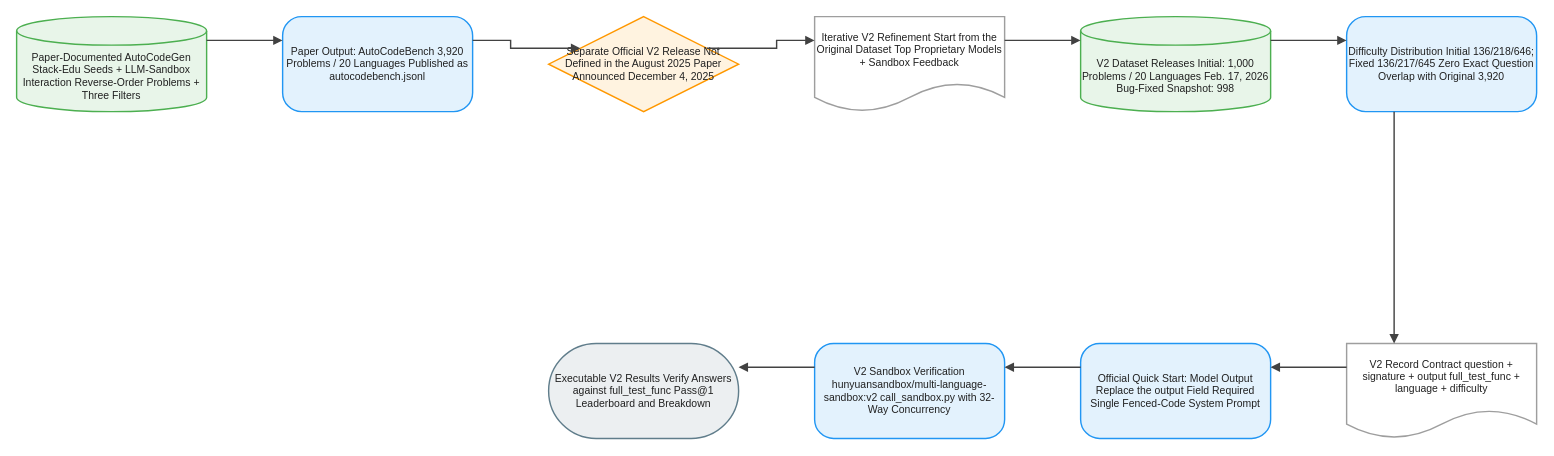
This is client/public/drawio/AutoCodeBench-V2/AutoCodeBench-V2.en.drawio from joe1chief/benchmark-hub, a draw.io file, before an edit. Source tidied: cells renumbered, new cells numbered last; positions are measured from the earlier drawing's top-left corner, leaving out a move shared by most shapes. Both pictures are drawn from the tidied source at 95%, with x=0, y=0 at pixel (16, 16).
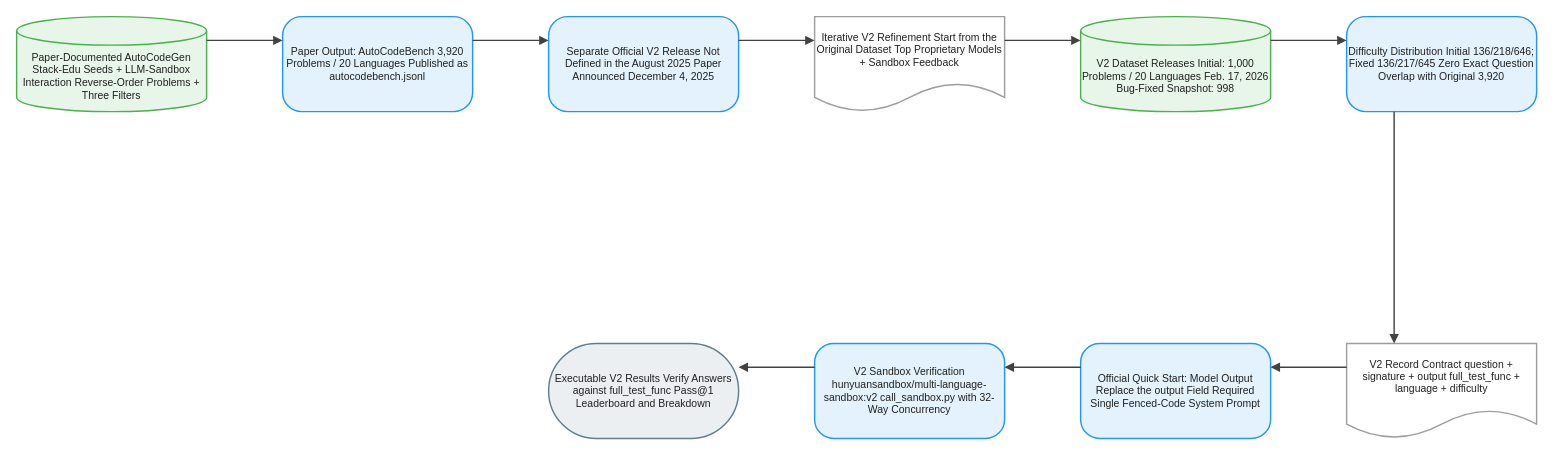
After the change.

Diff of the diagram source:
```diff
@@
-    <mxCell id="4" value="Separate Official V2 Release Not Defined in the August 2025 Paper Announced December 4, 2025" style="rhombus;html=1;whiteSpace=wrap;fillColor=#FFF3E0;strokeColor=#FF9800;strokeWidth=1.5;fontColor=#212121;fontSize=11;fontFamily=Arial, Helvetica, sans-serif;verticalAlign=middle;align=center;" parent="1" vertex="1">
+    <mxCell id="4" value="Separate Official V2 Release Not Defined in the August 2025 Paper Announced December 4, 2025" style="rounded=1;arcSize=20;html=1;whiteSpace=wrap;fillColor=#E3F2FD;strokeColor=#2196F3;strokeWidth=1.5;fontColor=#212121;fontSize=11;fontFamily=Arial, Helvetica, sans-serif;verticalAlign=middle;align=center;" parent="1" vertex="1">
       <mxGeometry x="560" width="200" height="100" as="geometry" />
     </mxCell>
```
